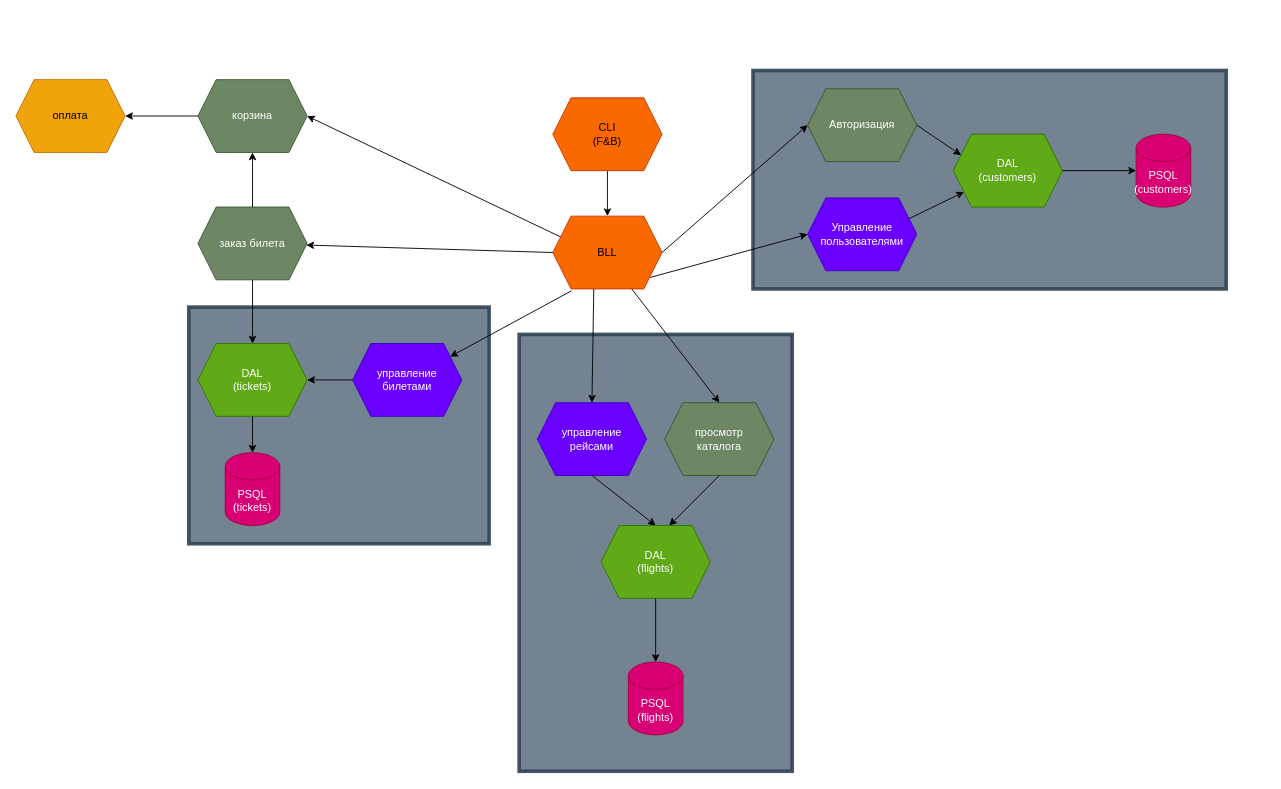
Before: Architecture.drawio in chas3air/Airplanes-Co, a draw.io diagram. Source tidied: cells renumbered, new cells numbered last; positions are measured from the earlier drawing's top-left corner, leaving out a move shared by most shapes. Both pictures are drawn from the tidied source at 91%, with x=0, y=0 at pixel (15, 70).
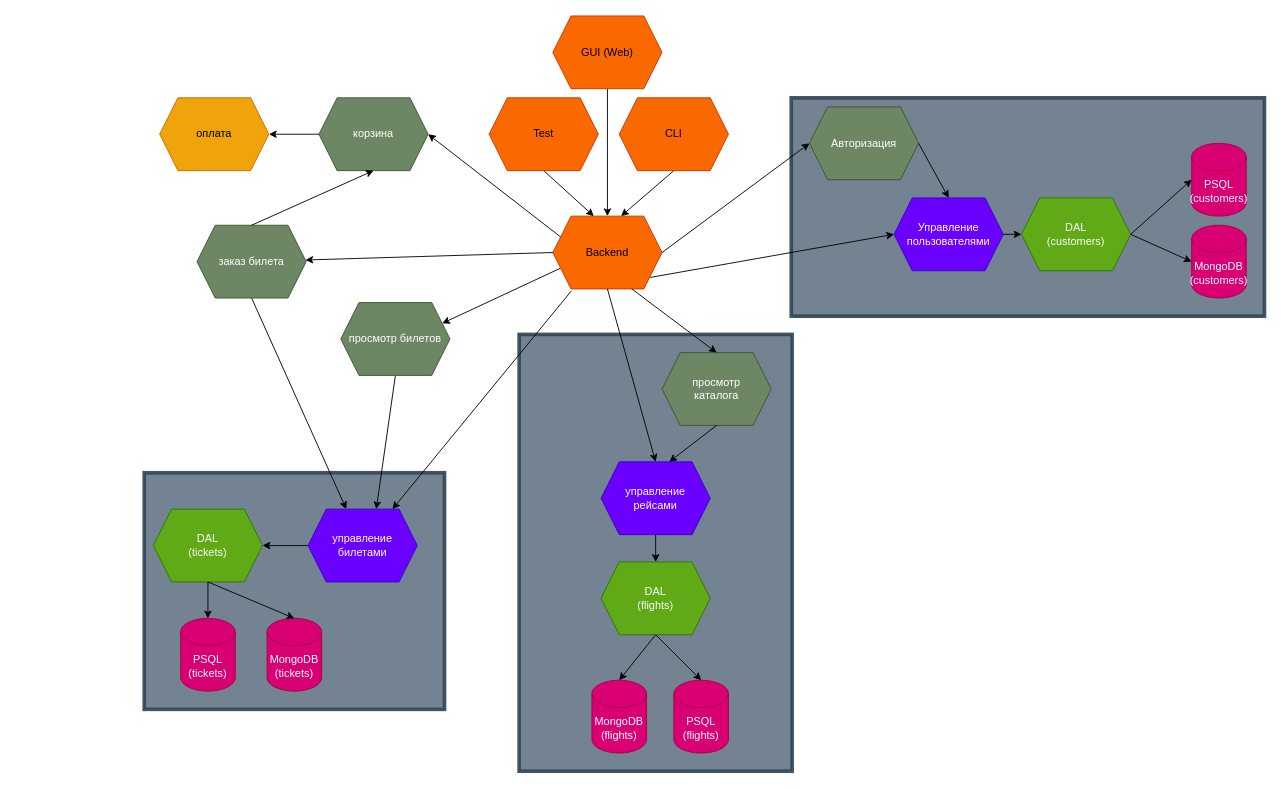
The same page after the edit.

Diff of the diagram source:
```diff
@@
     <mxCell id="2" style="rounded=0;whiteSpace=wrap;html=1;strokeWidth=4;perimeterSpacing=10;strokeColor=#314354;opacity=90;fillColor=#647687;fontColor=#ffffff;" parent="1" vertex="1">
-      <mxGeometry x="190" y="260" width="330" height="260" as="geometry" />
+      <mxGeometry x="141" y="442" width="330" height="260" as="geometry" />
     </mxCell>
@@
     <mxCell id="4" style="rounded=0;whiteSpace=wrap;html=1;strokeWidth=4;perimeterSpacing=10;strokeColor=#314354;opacity=90;fillColor=#647687;fontColor=#ffffff;" parent="1" vertex="1">
-      <mxGeometry x="810" width="520" height="240" as="geometry" />
+      <mxGeometry x="852" y="30" width="520" height="240" as="geometry" />
     </mxCell>
-    <mxCell id="5" style="edgeStyle=orthogonalEdgeStyle;rounded=0;jettySize=auto;html=1;" parent="1" edge="1" source="6" target="7">
+    <mxCell id="5" style="edgeStyle=none;html=1;exitX=0.5;exitY=1;exitDx=0;exitDy=0;entryX=0.625;entryY=0;entryDx=0;entryDy=0;" parent="1" edge="1" source="6" target="7">
       <mxGeometry relative="1" as="geometry" />
     </mxCell>
-    <mxCell id="6" value="CLI&lt;div&gt;(F&amp;amp;B)&lt;/div&gt;" style="shape=hexagon;perimeter=hexagonPerimeter2;whiteSpace=wrap;html=1;fixedSize=1;fillColor=#fa6800;fontColor=#000000;strokeColor=#C73500;" parent="1" vertex="1">
-      <mxGeometry x="590" y="30" width="120" height="80" as="geometry" />
+    <mxCell id="6" value="CLI" style="shape=hexagon;perimeter=hexagonPerimeter2;whiteSpace=wrap;html=1;fixedSize=1;fillColor=#fa6800;fontColor=#000000;strokeColor=#C73500;" parent="1" vertex="1">
+      <mxGeometry x="663" y="30" width="120" height="80" as="geometry" />
     </mxCell>
+    <mxCell id="40" style="edgeStyle=none;html=1;exitX=0;exitY=0.75;exitDx=0;exitDy=0;entryX=1;entryY=0.25;entryDx=0;entryDy=0;" parent="1" edge="1" source="7" target="53">
+      <mxGeometry relative="1" as="geometry" />
+    </mxCell>
-    <mxCell id="7" value="BLL" style="shape=hexagon;perimeter=hexagonPerimeter2;whiteSpace=wrap;html=1;fixedSize=1;fillColor=#fa6800;fontColor=#000000;strokeColor=#C73500;" parent="1" vertex="1">
+    <mxCell id="7" value="Backend" style="shape=hexagon;perimeter=hexagonPerimeter2;whiteSpace=wrap;html=1;fixedSize=1;fillColor=#fa6800;fontColor=#000000;strokeColor=#C73500;" parent="1" vertex="1">
       <mxGeometry x="590" y="160" width="120" height="80" as="geometry" />
     </mxCell>
     <mxCell id="8" value="Авторизация" style="shape=hexagon;perimeter=hexagonPerimeter2;whiteSpace=wrap;html=1;fixedSize=1;fillColor=#6d8764;fontColor=#ffffff;strokeColor=#3A5431;" parent="1" vertex="1">
-      <mxGeometry x="870" y="20" width="120" height="80" as="geometry" />
+      <mxGeometry x="872" y="40" width="120" height="80" as="geometry" />
     </mxCell>
+    <mxCell id="41" style="edgeStyle=none;html=1;exitX=1;exitY=0.5;exitDx=0;exitDy=0;entryX=0;entryY=0.5;entryDx=0;entryDy=0;entryPerimeter=0;" parent="1" edge="1" source="9" target="47">
+      <mxGeometry relative="1" as="geometry" />
+    </mxCell>
     <mxCell id="9" value="DAL&lt;div&gt;(customers)&lt;/div&gt;" style="shape=hexagon;perimeter=hexagonPerimeter2;whiteSpace=wrap;html=1;fixedSize=1;fillColor=#60a917;fontColor=#ffffff;strokeColor=#2D7600;" parent="1" vertex="1">
-      <mxGeometry x="1030" y="70" width="120" height="80" as="geometry" />
+      <mxGeometry x="1105" y="140" width="120" height="80" as="geometry" />
     </mxCell>
     <mxCell id="10" value="PSQL&lt;div&gt;(customers)&lt;/div&gt;" style="shape=cylinder3;whiteSpace=wrap;html=1;boundedLbl=1;backgroundOutline=1;size=15;fillColor=#d80073;fontColor=#ffffff;strokeColor=#A50040;" parent="1" vertex="1">
-      <mxGeometry x="1231" y="70" width="60" height="80" as="geometry" />
+      <mxGeometry x="1292" y="80" width="60" height="80" as="geometry" />
     </mxCell>
@@
     <mxCell id="13" value="оплата" style="shape=hexagon;perimeter=hexagonPerimeter2;whiteSpace=wrap;html=1;fixedSize=1;fillColor=#f0a30a;fontColor=#000000;strokeColor=#BD7000;" parent="1" vertex="1">
-      <mxGeometry y="10" width="120" height="80" as="geometry" />
+      <mxGeometry x="158" y="30" width="120" height="80" as="geometry" />
     </mxCell>
+    <mxCell id="42" style="edgeStyle=none;html=1;exitX=0.5;exitY=1;exitDx=0;exitDy=0;" parent="1" edge="1" source="14" target="19">
+      <mxGeometry relative="1" as="geometry" />
+    </mxCell>
     <mxCell id="14" value="заказ билета" style="shape=hexagon;perimeter=hexagonPerimeter2;whiteSpace=wrap;html=1;fixedSize=1;fillColor=#6d8764;strokeColor=#3A5431;fontColor=#ffffff;" parent="1" vertex="1">
-      <mxGeometry x="200" y="150" width="120" height="80" as="geometry" />
+      <mxGeometry x="199" y="170" width="120" height="80" as="geometry" />
     </mxCell>
     <mxCell id="15" value="корзина" style="shape=hexagon;perimeter=hexagonPerimeter2;whiteSpace=wrap;html=1;fixedSize=1;fillColor=#6d8764;fontColor=#ffffff;strokeColor=#3A5431;" parent="1" vertex="1">
-      <mxGeometry x="200" y="10" width="120" height="80" as="geometry" />
+      <mxGeometry x="333" y="30" width="120" height="80" as="geometry" />
     </mxCell>
     <mxCell id="16" value="просмотр&lt;div&gt;каталога&lt;/div&gt;" style="shape=hexagon;perimeter=hexagonPerimeter2;whiteSpace=wrap;html=1;fixedSize=1;fillColor=#6d8764;fontColor=#ffffff;strokeColor=#3A5431;" parent="1" vertex="1">
-      <mxGeometry x="713" y="365" width="120" height="80" as="geometry" />
+      <mxGeometry x="710" y="310" width="120" height="80" as="geometry" />
     </mxCell>
     <mxCell id="17" value="Управление&lt;div&gt;пользователями&lt;/div&gt;" style="shape=hexagon;perimeter=hexagonPerimeter2;whiteSpace=wrap;html=1;fixedSize=1;fillColor=#6a00ff;fontColor=#ffffff;strokeColor=#3700CC;" parent="1" vertex="1">
-      <mxGeometry x="870" y="140" width="120" height="80" as="geometry" />
+      <mxGeometry x="965" y="140" width="120" height="80" as="geometry" />
     </mxCell>
     <mxCell id="18" value="управление&lt;div&gt;рейсами&lt;/div&gt;" style="shape=hexagon;perimeter=hexagonPerimeter2;whiteSpace=wrap;html=1;fixedSize=1;fillColor=#6a00ff;fontColor=#ffffff;strokeColor=#3700CC;" parent="1" vertex="1">
-      <mxGeometry x="573" y="365" width="120" height="80" as="geometry" />
+      <mxGeometry x="643" y="430" width="120" height="80" as="geometry" />
     </mxCell>
     <mxCell id="19" value="управление&lt;div&gt;билетами&lt;/div&gt;" style="shape=hexagon;perimeter=hexagonPerimeter2;whiteSpace=wrap;html=1;fixedSize=1;fillColor=#6a00ff;fontColor=#ffffff;strokeColor=#3700CC;" parent="1" vertex="1">
-      <mxGeometry x="370" y="300" width="120" height="80" as="geometry" />
+      <mxGeometry x="321" y="482" width="120" height="80" as="geometry" />
     </mxCell>
-    <mxCell id="20" style="endArrow=classic;html=1;rounded=0;exitX=1;exitY=0.25;exitDx=0;exitDy=0;" parent="1" edge="1" source="17" target="9">
+    <mxCell id="20" style="endArrow=classic;html=1;rounded=0;exitX=1;exitY=0.5;exitDx=0;exitDy=0;entryX=0;entryY=0.5;entryDx=0;entryDy=0;" parent="1" edge="1" source="17" target="9">
       <mxGeometry relative="1" as="geometry" />
     </mxCell>
@@
+    <mxCell id="43" style="edgeStyle=none;html=1;exitX=0.5;exitY=1;exitDx=0;exitDy=0;entryX=0.5;entryY=0;entryDx=0;entryDy=0;entryPerimeter=0;" parent="1" edge="1" source="26" target="46">
+      <mxGeometry relative="1" as="geometry" />
+    </mxCell>
     <mxCell id="26" value="DAL&lt;div&gt;(flights&lt;span style=&quot;background-color: initial;&quot;&gt;)&lt;/span&gt;&lt;/div&gt;" style="shape=hexagon;perimeter=hexagonPerimeter2;whiteSpace=wrap;html=1;fixedSize=1;fillColor=#60a917;fontColor=#ffffff;strokeColor=#2D7600;" parent="1" vertex="1">
-      <mxGeometry x="643" y="500" width="120" height="80" as="geometry" />
+      <mxGeometry x="643" y="540" width="120" height="80" as="geometry" />
     </mxCell>
     <mxCell id="27" value="PSQL&lt;div&gt;(flights)&lt;/div&gt;" style="shape=cylinder3;whiteSpace=wrap;html=1;boundedLbl=1;backgroundOutline=1;size=15;fillColor=#d80073;fontColor=#ffffff;strokeColor=#A50040;" parent="1" vertex="1">
-      <mxGeometry x="673" y="650" width="60" height="80" as="geometry" />
+      <mxGeometry x="723" y="670" width="60" height="80" as="geometry" />
     </mxCell>
@@
     <mxCell id="29" value="DAL&lt;div&gt;(tickets&lt;span style=&quot;background-color: initial;&quot;&gt;)&lt;/span&gt;&lt;/div&gt;" style="shape=hexagon;perimeter=hexagonPerimeter2;whiteSpace=wrap;html=1;fixedSize=1;fillColor=#60a917;fontColor=#ffffff;strokeColor=#2D7600;" parent="1" vertex="1">
-      <mxGeometry x="200" y="300" width="120" height="80" as="geometry" />
+      <mxGeometry x="151" y="482" width="120" height="80" as="geometry" />
     </mxCell>
     <mxCell id="30" value="PSQL&lt;div&gt;(tickets)&lt;/div&gt;" style="shape=cylinder3;whiteSpace=wrap;html=1;boundedLbl=1;backgroundOutline=1;size=15;fillColor=#d80073;fontColor=#ffffff;strokeColor=#A50040;" parent="1" vertex="1">
-      <mxGeometry x="230" y="420" width="60" height="80" as="geometry" />
+      <mxGeometry x="181" y="602" width="60" height="80" as="geometry" />
     </mxCell>
@@
-    <mxCell id="33" style="endArrow=classic;html=1;rounded=0;exitX=0.5;exitY=1;exitDx=0;exitDy=0;entryX=0.625;entryY=0;entryDx=0;entryDy=0;" parent="1" edge="1" source="16" target="26">
+    <mxCell id="33" style="endArrow=classic;html=1;rounded=0;exitX=0.5;exitY=1;exitDx=0;exitDy=0;entryX=0.625;entryY=0;entryDx=0;entryDy=0;" parent="1" edge="1" source="16" target="18">
       <mxGeometry relative="1" as="geometry" />
     </mxCell>
@@
-    <mxCell id="36" style="endArrow=classic;html=1;exitX=0.375;exitY=1;exitDx=0;exitDy=0;entryX=0.5;entryY=0;entryDx=0;entryDy=0;" parent="1" edge="1" source="7" target="18">
+    <mxCell id="36" style="endArrow=classic;html=1;exitX=0.5;exitY=1;exitDx=0;exitDy=0;entryX=0.5;entryY=0;entryDx=0;entryDy=0;fontStyle=1;" parent="1" edge="1" source="7" target="18">
       <mxGeometry relative="1" as="geometry" />
     </mxCell>
@@
-    <mxCell id="38" style="endArrow=classic;html=1;exitX=0.5;exitY=1;exitDx=0;exitDy=0;entryX=0.5;entryY=0;entryDx=0;entryDy=0;" parent="1" edge="1" source="14" target="29">
-      <mxGeometry relative="1" as="geometry" />
-    </mxCell>
-    <mxCell id="39" style="endArrow=classic;html=1;exitX=1;exitY=0.5;exitDx=0;exitDy=0;entryX=0;entryY=0.25;entryDx=0;entryDy=0;" parent="1" edge="1" source="8" target="9">
+    <mxCell id="39" style="endArrow=classic;html=1;exitX=1;exitY=0.5;exitDx=0;exitDy=0;entryX=0.5;entryY=0;entryDx=0;entryDy=0;" parent="1" edge="1" source="8" target="17">
       <mxGeometry relative="1" as="geometry" />
     </mxCell>
+    <mxCell id="44" value="MongoDB&lt;div&gt;(tickets)&lt;/div&gt;" style="shape=cylinder3;whiteSpace=wrap;html=1;boundedLbl=1;backgroundOutline=1;size=15;fillColor=#d80073;fontColor=#ffffff;strokeColor=#A50040;" parent="1" vertex="1">
+      <mxGeometry x="276" y="602" width="60" height="80" as="geometry" />
+    </mxCell>
+    <mxCell id="45" style="endArrow=classic;html=1;exitX=0.5;exitY=1;exitDx=0;exitDy=0;entryX=0.5;entryY=0;entryDx=0;entryDy=0;entryPerimeter=0;" parent="1" edge="1" source="29" target="44">
+      <mxGeometry relative="1" as="geometry" />
+    </mxCell>
+    <mxCell id="46" value="MongoDB&lt;br&gt;&lt;div&gt;(flights)&lt;/div&gt;" style="shape=cylinder3;whiteSpace=wrap;html=1;boundedLbl=1;backgroundOutline=1;size=15;fillColor=#d80073;fontColor=#ffffff;strokeColor=#A50040;" parent="1" vertex="1">
+      <mxGeometry x="633" y="670" width="60" height="80" as="geometry" />
+    </mxCell>
+    <mxCell id="47" value="MongoDB&lt;div&gt;(customers)&lt;/div&gt;" style="shape=cylinder3;whiteSpace=wrap;html=1;boundedLbl=1;backgroundOutline=1;size=15;fillColor=#d80073;fontColor=#ffffff;strokeColor=#A50040;" parent="1" vertex="1">
+      <mxGeometry x="1292" y="170" width="60" height="80" as="geometry" />
+    </mxCell>
+    <mxCell id="48" style="edgeStyle=none;html=1;exitX=0.5;exitY=1;exitDx=0;exitDy=0;entryX=0.5;entryY=0;entryDx=0;entryDy=0;" parent="1" edge="1" source="49" target="7">
+      <mxGeometry relative="1" as="geometry" />
+    </mxCell>
+    <mxCell id="49" value="GUI (Web)" style="shape=hexagon;perimeter=hexagonPerimeter2;whiteSpace=wrap;html=1;fixedSize=1;fillColor=#fa6800;fontColor=#000000;strokeColor=#C73500;" parent="1" vertex="1">
+      <mxGeometry x="590" y="-60" width="120" height="80" as="geometry" />
+    </mxCell>
+    <mxCell id="50" style="edgeStyle=none;html=1;exitX=0.5;exitY=1;exitDx=0;exitDy=0;entryX=0.375;entryY=0;entryDx=0;entryDy=0;" parent="1" edge="1" source="51" target="7">
+      <mxGeometry relative="1" as="geometry" />
+    </mxCell>
+    <mxCell id="51" value="Test" style="shape=hexagon;perimeter=hexagonPerimeter2;whiteSpace=wrap;html=1;fixedSize=1;fillColor=#fa6800;fontColor=#000000;strokeColor=#C73500;" parent="1" vertex="1">
+      <mxGeometry x="520" y="30" width="120" height="80" as="geometry" />
+    </mxCell>
+    <mxCell id="52" style="edgeStyle=none;html=1;exitX=0.5;exitY=1;exitDx=0;exitDy=0;entryX=0.625;entryY=0;entryDx=0;entryDy=0;" parent="1" edge="1" source="53" target="19">
+      <mxGeometry relative="1" as="geometry" />
+    </mxCell>
+    <mxCell id="53" value="просмотр билетов" style="shape=hexagon;perimeter=hexagonPerimeter2;whiteSpace=wrap;html=1;fixedSize=1;fillColor=#6d8764;strokeColor=#3A5431;fontColor=#ffffff;" parent="1" vertex="1">
+      <mxGeometry x="357" y="255" width="120" height="80" as="geometry" />
+    </mxCell>
```
